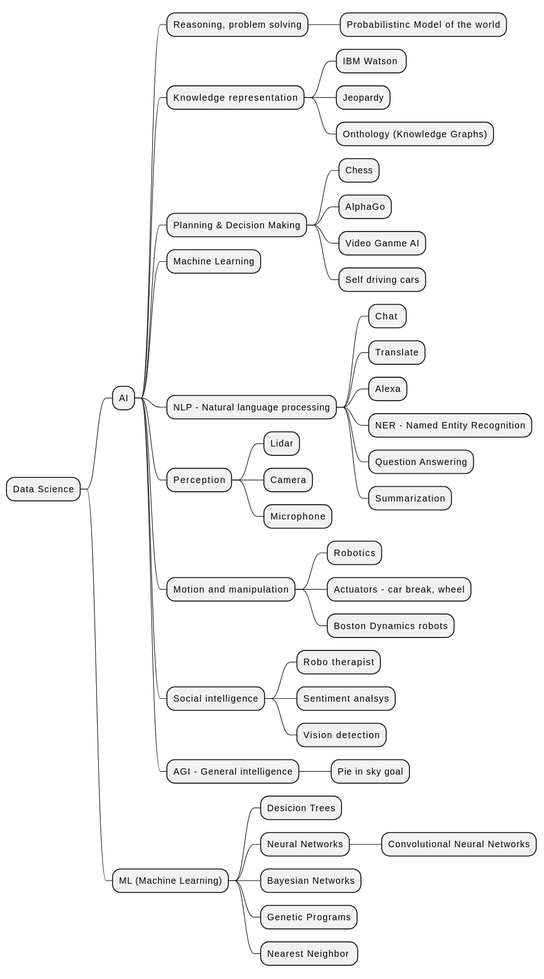
Earlier version of the PlantUML export ds_ai_ml.svg (gcziprusz/NeuralNest).
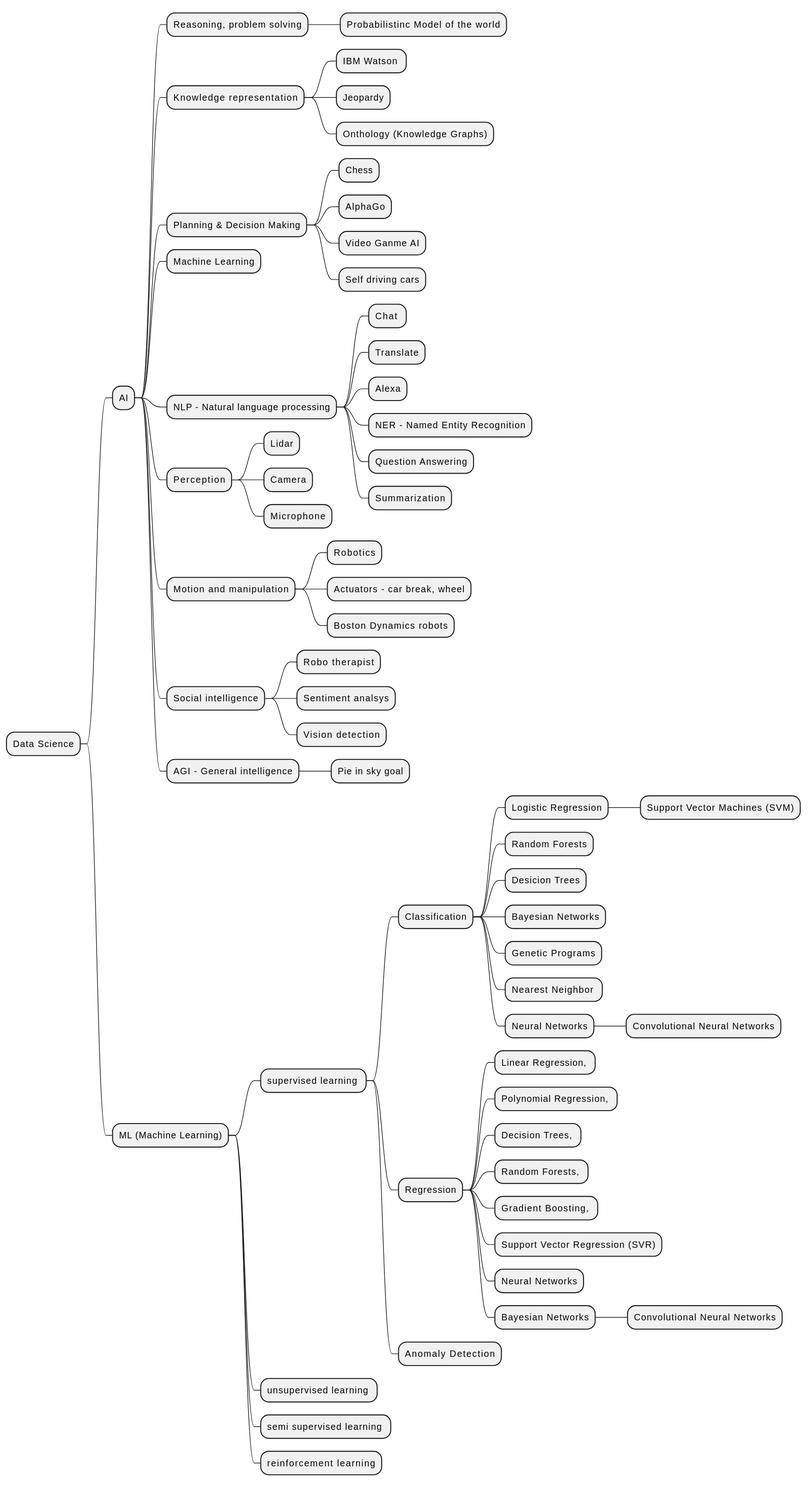
Above is the later version.

Commit message:
dict entries, expand mind map with supervised etc,SVM overfitting code

Change to the diagram source:
```diff
@@ -35,10 +35,31 @@
 *** AGI - General intelligence
 **** Pie in sky goal
 ** ML (Machine Learning)
-*** Desicion Trees
-*** Neural Networks
-**** Convolutional Neural Networks
-*** Bayesian Networks
-*** Genetic Programs
-*** Nearest Neighbor
+*** supervised learning
+**** Classification
+***** Logistic Regression
+****** Support Vector Machines (SVM)
+***** Random Forests
+***** Desicion Trees
+***** Bayesian Networks
+***** Genetic Programs
+***** Nearest Neighbor
+***** Neural Networks
+****** Convolutional Neural Networks
+**** Regression
+***** Linear Regression,
+***** Polynomial Regression,
+***** Decision Trees,
+***** Random Forests,
+***** Gradient Boosting,
+***** Support Vector Regression (SVR)
+***** Neural Networks
+***** Bayesian Networks
+****** Convolutional Neural Networks
+**** Anomaly Detection
+
+*** unsupervised learning
+*** semi supervised learning
+*** reinforcement learning
+
 @endmindmap
```
